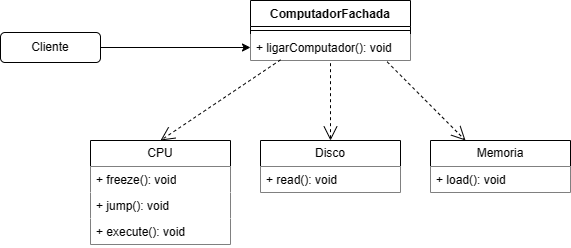
MurilowJr/bertoti keeps this draw.io diagram as padroes-de-projetos/Facade/UML/UML_FACHADA.png. Above is the earlier version. Source tidied: cells renumbered, new cells last; positions are measured from the earlier drawing's top-left corner, leaving out a move shared by most shapes.
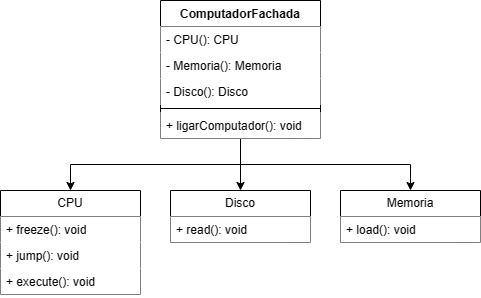
After the commit.

Commit message:
otimização de UML

Diff of the diagram source:
```diff
@@ -2,21 +2,33 @@
   <root>
     <mxCell id="0" />
     <mxCell id="1" parent="0" />
-    <mxCell id="2" style="edgeStyle=orthogonalEdgeStyle;rounded=0;jettySize=auto;html=1;exitX=1;exitY=0.5;exitDx=0;exitDy=0;" parent="1" edge="1" source="3" target="6">
-      <mxGeometry relative="1" as="geometry" />
-    </mxCell>
-    <mxCell id="3" value="Cliente" style="rounded=1;whiteSpace=wrap;html=1;" parent="1" vertex="1">
-      <mxGeometry y="32" width="100" height="30" as="geometry" />
-    </mxCell>
+    <mxCell id="18" style="edgeStyle=orthogonalEdgeStyle;rounded=0;jettySize=auto;html=1;exitX=0.5;exitY=1;exitDx=0;exitDy=0;entryX=0.5;entryY=0;entryDx=0;entryDy=0;" parent="1" edge="1" source="4" target="7">
+      <mxGeometry relative="1" as="geometry" />
+    </mxCell>
+    <mxCell id="19" style="edgeStyle=orthogonalEdgeStyle;rounded=0;jettySize=auto;html=1;exitX=0.5;exitY=1;exitDx=0;exitDy=0;entryX=0.5;entryY=0;entryDx=0;entryDy=0;" parent="1" edge="1" source="4" target="12">
+      <mxGeometry relative="1" as="geometry" />
+    </mxCell>
+    <mxCell id="20" style="edgeStyle=orthogonalEdgeStyle;rounded=0;jettySize=auto;html=1;exitX=0.5;exitY=1;exitDx=0;exitDy=0;entryX=0.5;entryY=0;entryDx=0;entryDy=0;" parent="1" edge="1" source="4" target="15">
+      <mxGeometry relative="1" as="geometry" />
+    </mxCell>
     <mxCell id="4" value="ComputadorFachada" style="swimlane;fontStyle=1;align=center;verticalAlign=top;horizontal=1;startSize=26;whiteSpace=wrap;html=1;" parent="1" vertex="1">
-      <mxGeometry x="250" width="160" height="60" as="geometry" />
+      <mxGeometry x="250" y="-50" width="160" height="138" as="geometry" />
     </mxCell>
+    <mxCell id="21" value="- CPU(): CPU" style="text;strokeColor=none;fillColor=default;align=left;verticalAlign=top;spacingLeft=4;spacingRight=4;overflow=hidden;whiteSpace=wrap;html=1;" parent="4" vertex="1">
+      <mxGeometry y="26" width="160" height="26" as="geometry" />
+    </mxCell>
+    <mxCell id="22" value="- Memoria(): Memoria" style="text;strokeColor=none;fillColor=default;align=left;verticalAlign=top;spacingLeft=4;spacingRight=4;overflow=hidden;whiteSpace=wrap;html=1;" parent="4" vertex="1">
+      <mxGeometry y="52" width="160" height="26" as="geometry" />
+    </mxCell>
+    <mxCell id="6" value="- Disco(): Disco" style="text;strokeColor=none;fillColor=default;align=left;verticalAlign=top;spacingLeft=4;spacingRight=4;overflow=hidden;points=[[0,0.5],[1,0.5]];portConstraint=eastwest;whiteSpace=wrap;html=1;" parent="4" vertex="1">
+      <mxGeometry y="78" width="160" height="26" as="geometry" />
+    </mxCell>
     <mxCell id="5" style="line;strokeWidth=1;fillColor=default;align=left;verticalAlign=middle;spacingTop=-1;spacingLeft=3;spacingRight=3;labelPosition=right;strokeColor=inherit;" parent="4" vertex="1">
-      <mxGeometry y="26" width="160" height="8" as="geometry" />
+      <mxGeometry y="104" width="160" height="8" as="geometry" />
     </mxCell>
-    <mxCell id="6" value="+ ligarComputador(): void" style="text;strokeColor=none;fillColor=default;align=left;verticalAlign=top;spacingLeft=4;spacingRight=4;overflow=hidden;points=[[0,0.5],[1,0.5]];portConstraint=eastwest;whiteSpace=wrap;html=1;" parent="4" vertex="1">
-      <mxGeometry y="34" width="160" height="26" as="geometry" />
-    </mxCell>
+    <mxCell id="23" value="+ ligarComputador(): void" style="text;strokeColor=none;fillColor=default;align=left;verticalAlign=top;spacingLeft=4;spacingRight=4;overflow=hidden;whiteSpace=wrap;html=1;" parent="4" vertex="1">
+      <mxGeometry y="112" width="160" height="26" as="geometry" />
+    </mxCell>
     <mxCell id="7" value="CPU" style="swimlane;fontStyle=0;horizontal=1;startSize=26;fillColor=default;whiteSpace=wrap;html=1;" parent="1" vertex="1">
       <mxGeometry x="90" y="140" width="140" height="104" as="geometry" />
     </mxCell>
@@ -29,26 +41,17 @@
     <mxCell id="10" value="+ execute(): void" style="text;strokeColor=none;fillColor=default;align=left;verticalAlign=top;spacingLeft=4;spacingRight=4;overflow=hidden;whiteSpace=wrap;html=1;" parent="7" vertex="1">
       <mxGeometry y="78" width="140" height="26" as="geometry" />
     </mxCell>
-    <mxCell id="11" style="endArrow=open;endSize=12;dashed=1;html=1;rounded=0;exitX=0.188;exitY=0.974;exitDx=0;exitDy=0;exitPerimeter=0;entryX=0.5;entryY=0;entryDx=0;entryDy=0;" parent="1" edge="1" source="6" target="7">
-      <mxGeometry relative="1" as="geometry" />
-    </mxCell>
     <mxCell id="12" value="Disco" style="swimlane;fontStyle=0;horizontal=1;startSize=26;fillColor=default;whiteSpace=wrap;html=1;" parent="1" vertex="1">
       <mxGeometry x="260" y="140" width="140" height="52" as="geometry" />
     </mxCell>
     <mxCell id="13" value="+ read(): void" style="text;strokeColor=none;fillColor=default;align=left;verticalAlign=top;spacingLeft=4;spacingRight=4;overflow=hidden;whiteSpace=wrap;html=1;" parent="12" vertex="1">
       <mxGeometry y="26" width="140" height="26" as="geometry" />
     </mxCell>
-    <mxCell id="14" style="endArrow=open;endSize=12;dashed=1;html=1;rounded=0;exitX=0.5;exitY=1.103;exitDx=0;exitDy=0;exitPerimeter=0;entryX=0.5;entryY=0;entryDx=0;entryDy=0;" parent="1" edge="1" source="6" target="12">
-      <mxGeometry relative="1" as="geometry" />
-    </mxCell>
     <mxCell id="15" value="Memoria" style="swimlane;fontStyle=0;horizontal=1;startSize=26;fillColor=default;whiteSpace=wrap;html=1;" parent="1" vertex="1">
       <mxGeometry x="430" y="140" width="140" height="52" as="geometry" />
     </mxCell>
     <mxCell id="16" value="+ load(): void" style="text;strokeColor=none;fillColor=default;align=left;verticalAlign=top;spacingLeft=4;spacingRight=4;overflow=hidden;whiteSpace=wrap;html=1;" parent="15" vertex="1">
       <mxGeometry y="26" width="140" height="26" as="geometry" />
     </mxCell>
-    <mxCell id="17" style="endArrow=open;endSize=12;dashed=1;html=1;rounded=0;exitX=0.854;exitY=1.051;exitDx=0;exitDy=0;exitPerimeter=0;entryX=0.25;entryY=0;entryDx=0;entryDy=0;" parent="1" edge="1" source="6" target="15">
-      <mxGeometry relative="1" as="geometry" />
-    </mxCell>
   </root>
 </mxGraphModel>
```
